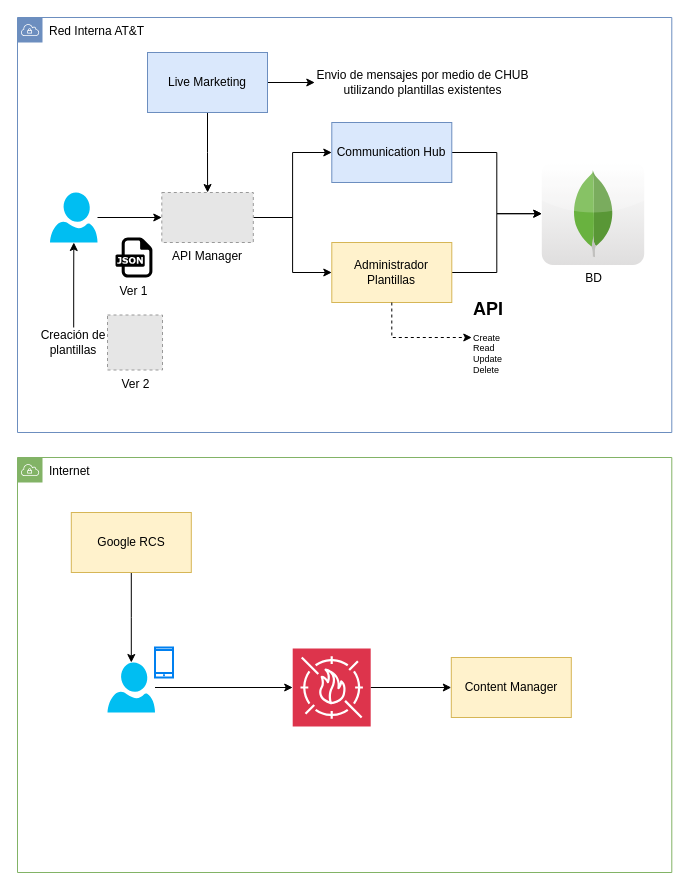
fhermq/diagrams keeps this draw.io diagram as Administrador de Plantillas.drawio. Above is the earlier version. Source tidied: cells renumbered, new cells numbered last; positions are measured from the earlier drawing's top-left corner, leaving out a move shared by most shapes. Both pictures are drawn from the tidied source at 100%, with x=0, y=0 at pixel (17, 17). Pictures stored in the file or linked from it are replaced by grey dashed boxes.
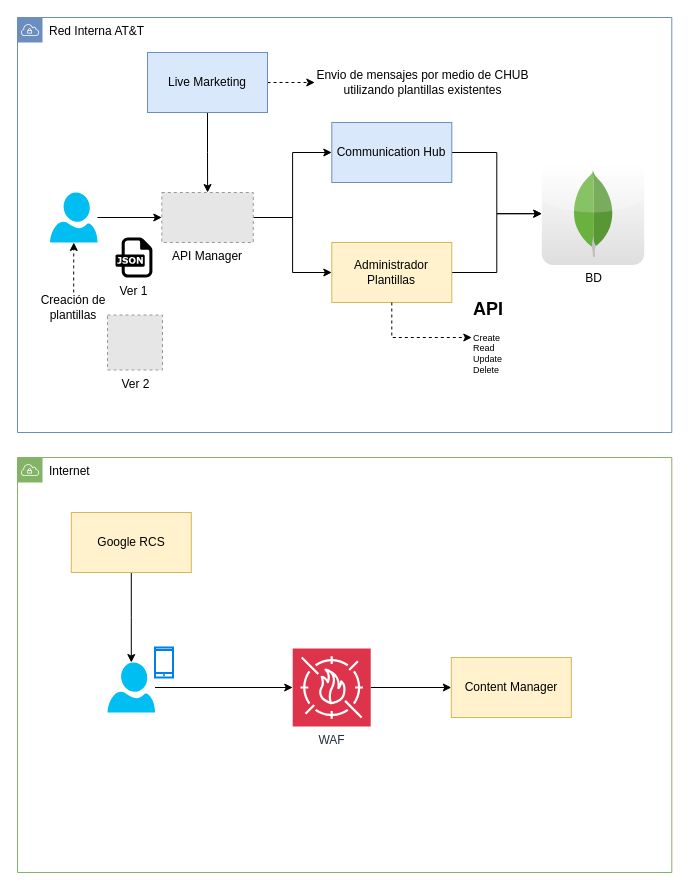
The same page after the edit.

Unchanged cells that the change refers to:
```xml
<mxCell id="15" value="Live Marketing" style="rounded=0;whiteSpace=wrap;html=1;fillColor=#dae8fc;strokeColor=#6c8ebf;" parent="1" vertex="1">
  <mxGeometry x="130" y="35" width="120" height="60" as="geometry" />
</mxCell>
<mxCell id="24" style="verticalLabelPosition=bottom;html=1;verticalAlign=top;align=center;strokeColor=none;fillColor=#00BEF2;shape=mxgraph.azure.user;" parent="1" vertex="1">
  <mxGeometry x="32.5" y="175" width="47.5" height="50" as="geometry" />
</mxCell>
<mxCell id="28" value="Envio de mensajes por medio de CHUB utilizando plantillas existentes" style="text;html=1;align=center;verticalAlign=middle;whiteSpace=wrap;rounded=0;" parent="1" vertex="1">
  <mxGeometry x="297.3" y="50" width="217" height="30" as="geometry" />
</mxCell>
```

Change to the diagram source:
```diff
@@
-    <mxCell id="14" style="edgeStyle=orthogonalEdgeStyle;rounded=0;jettySize=auto;html=1;" parent="1" edge="1" source="15" target="28">
+    <mxCell id="14" style="edgeStyle=orthogonalEdgeStyle;rounded=0;jettySize=auto;html=1;dashed=1;" parent="1" edge="1" source="15" target="28">
       <mxGeometry relative="1" as="geometry" />
     </mxCell>
@@
-    <mxCell id="21" style="sketch=0;points=[[0,0,0],[0.25,0,0],[0.5,0,0],[0.75,0,0],[1,0,0],[0,1,0],[0.25,1,0],[0.5,1,0],[0.75,1,0],[1,1,0],[0,0.25,0],[0,0.5,0],[0,0.75,0],[1,0.25,0],[1,0.5,0],[1,0.75,0]];outlineConnect=0;fontColor=#232F3E;fillColor=#DD344C;strokeColor=#ffffff;dashed=0;verticalLabelPosition=bottom;verticalAlign=top;align=center;html=1;fontSize=12;fontStyle=0;shape=mxgraph.aws4.resourceIcon;resIcon=mxgraph.aws4.waf;" parent="1" vertex="1">
+    <mxCell id="21" value="WAF" style="sketch=0;points=[[0,0,0],[0.25,0,0],[0.5,0,0],[0.75,0,0],[1,0,0],[0,1,0],[0.25,1,0],[0.5,1,0],[0.75,1,0],[1,1,0],[0,0.25,0],[0,0.5,0],[0,0.75,0],[1,0.25,0],[1,0.5,0],[1,0.75,0]];outlineConnect=0;fontColor=#232F3E;fillColor=#DD344C;strokeColor=#ffffff;dashed=0;verticalLabelPosition=bottom;verticalAlign=top;align=center;html=1;fontSize=12;fontStyle=0;shape=mxgraph.aws4.resourceIcon;resIcon=mxgraph.aws4.waf;" parent="1" vertex="1">
       <mxGeometry x="275.2" y="631" width="78" height="78" as="geometry" />
     </mxCell>
@@
-    <mxCell id="29" style="edgeStyle=orthogonalEdgeStyle;rounded=0;jettySize=auto;html=1;" parent="1" edge="1" source="30" target="24">
+    <mxCell id="29" style="edgeStyle=orthogonalEdgeStyle;rounded=0;jettySize=auto;html=1;dashed=1;" parent="1" edge="1" source="30" target="24">
       <mxGeometry relative="1" as="geometry" />
     </mxCell>
     <mxCell id="30" value="Creación de plantillas" style="text;html=1;align=center;verticalAlign=middle;whiteSpace=wrap;rounded=0;" parent="1" vertex="1">
-      <mxGeometry x="5.2" y="310" width="102" height="30" as="geometry" />
+      <mxGeometry x="5.2" y="275" width="102" height="30" as="geometry" />
     </mxCell>
```
